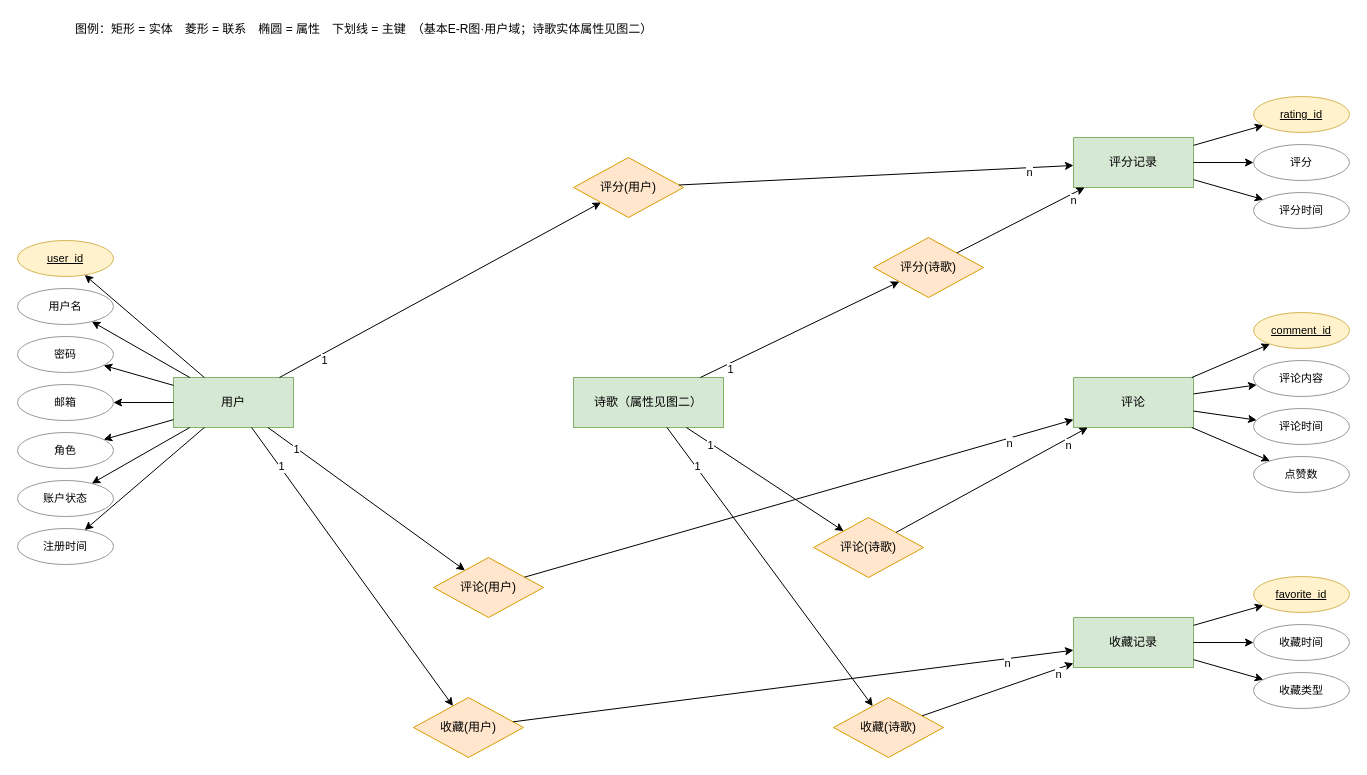
Earlier version of the draw.io diagram page "基本E-R图-用户域" (3 of 3) of docs/er/诗歌系统ER图.drawio (ocean-2514/database). Source tidied: cells renumbered, new cells numbered last; positions are measured from the earlier drawing's top-left corner, leaving out a move shared by most shapes. Both pictures are drawn from the tidied source at 100%, with x=0, y=0 at pixel (17, 17).
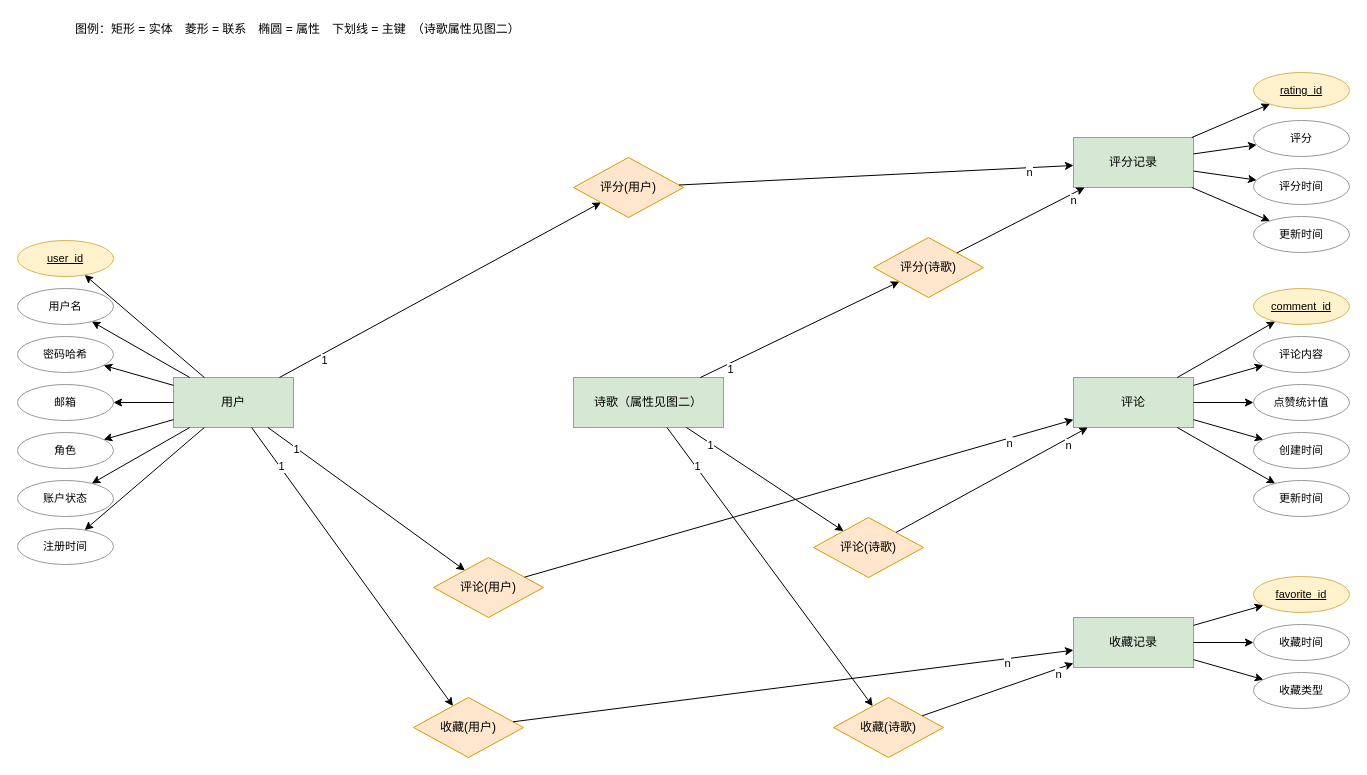
The same page after the edit.

Unchanged cells that the change refers to:
```xml
<mxCell id="18" value="评分记录" style="rounded=0;whiteSpace=wrap;html=1;fillColor=#d5e8d4;strokeColor=#82b366;" parent="1" vertex="1">
  <mxGeometry x="1056" y="120" width="120" height="50" as="geometry" />
</mxCell>
<mxCell id="25" value="评论" style="rounded=0;whiteSpace=wrap;html=1;fillColor=#d5e8d4;strokeColor=#82b366;" parent="1" vertex="1">
  <mxGeometry x="1056" y="360" width="120" height="50" as="geometry" />
</mxCell>
```

Diff of the diagram source:
```diff
@@
-    <mxCell id="7" value="密码" style="ellipse;whiteSpace=wrap;html=1;fillColor=#ffffff;strokeColor=#999999;fontSize=11;" parent="1" vertex="1">
+    <mxCell id="7" value="密码哈希" style="ellipse;whiteSpace=wrap;html=1;fillColor=#ffffff;strokeColor=#999999;fontSize=11;" parent="1" vertex="1">
       <mxGeometry y="319" width="96" height="36" as="geometry" />
     </mxCell>
@@
     <mxCell id="19" value="rating_id" style="ellipse;whiteSpace=wrap;html=1;fillColor=#fff2cc;strokeColor=#d6b656;fontStyle=4;fontSize=11;" parent="1" vertex="1">
-      <mxGeometry x="1236" y="79" width="96" height="36" as="geometry" />
+      <mxGeometry x="1236" y="55" width="96" height="36" as="geometry" />
     </mxCell>
@@
     <mxCell id="21" value="评分" style="ellipse;whiteSpace=wrap;html=1;fillColor=#ffffff;strokeColor=#999999;fontSize=11;" parent="1" vertex="1">
-      <mxGeometry x="1236" y="127" width="96" height="36" as="geometry" />
+      <mxGeometry x="1236" y="103" width="96" height="36" as="geometry" />
     </mxCell>
@@
     <mxCell id="23" value="评分时间" style="ellipse;whiteSpace=wrap;html=1;fillColor=#ffffff;strokeColor=#999999;fontSize=11;" parent="1" vertex="1">
-      <mxGeometry x="1236" y="175" width="96" height="36" as="geometry" />
+      <mxGeometry x="1236" y="151" width="96" height="36" as="geometry" />
     </mxCell>
@@
+    <mxCell id="72" value="更新时间" style="ellipse;whiteSpace=wrap;html=1;fillColor=#ffffff;strokeColor=#999999;fontSize=11;" parent="1" vertex="1">
+      <mxGeometry x="1236" y="199" width="96" height="36" as="geometry" />
+    </mxCell>
+    <mxCell id="73" style="edgeStyle=none;html=1;rounded=0;jettySize=auto;" parent="1" edge="1" source="18" target="72">
+      <mxGeometry relative="1" as="geometry" />
+    </mxCell>
@@
     <mxCell id="26" value="comment_id" style="ellipse;whiteSpace=wrap;html=1;fillColor=#fff2cc;strokeColor=#d6b656;fontStyle=4;fontSize=11;" parent="1" vertex="1">
-      <mxGeometry x="1236" y="295" width="96" height="36" as="geometry" />
+      <mxGeometry x="1236" y="271" width="96" height="36" as="geometry" />
     </mxCell>
@@
     <mxCell id="28" value="评论内容" style="ellipse;whiteSpace=wrap;html=1;fillColor=#ffffff;strokeColor=#999999;fontSize=11;" parent="1" vertex="1">
-      <mxGeometry x="1236" y="343" width="96" height="36" as="geometry" />
+      <mxGeometry x="1236" y="319" width="96" height="36" as="geometry" />
     </mxCell>
@@
-    <mxCell id="30" value="评论时间" style="ellipse;whiteSpace=wrap;html=1;fillColor=#ffffff;strokeColor=#999999;fontSize=11;" parent="1" vertex="1">
-      <mxGeometry x="1236" y="391" width="96" height="36" as="geometry" />
+    <mxCell id="30" value="点赞统计值" style="ellipse;whiteSpace=wrap;html=1;fillColor=#ffffff;strokeColor=#999999;fontSize=11;" parent="1" vertex="1">
+      <mxGeometry x="1236" y="367" width="96" height="36" as="geometry" />
     </mxCell>
@@
-    <mxCell id="32" value="点赞数" style="ellipse;whiteSpace=wrap;html=1;fillColor=#ffffff;strokeColor=#999999;fontSize=11;" parent="1" vertex="1">
-      <mxGeometry x="1236" y="439" width="96" height="36" as="geometry" />
+    <mxCell id="32" value="创建时间" style="ellipse;whiteSpace=wrap;html=1;fillColor=#ffffff;strokeColor=#999999;fontSize=11;" parent="1" vertex="1">
+      <mxGeometry x="1236" y="415" width="96" height="36" as="geometry" />
     </mxCell>
@@
+    <mxCell id="74" value="更新时间" style="ellipse;whiteSpace=wrap;html=1;fillColor=#ffffff;strokeColor=#999999;fontSize=11;" parent="1" vertex="1">
+      <mxGeometry x="1236" y="463" width="96" height="36" as="geometry" />
+    </mxCell>
+    <mxCell id="75" style="edgeStyle=none;html=1;rounded=0;jettySize=auto;" parent="1" edge="1" source="25" target="74">
+      <mxGeometry relative="1" as="geometry" />
+    </mxCell>
@@
-    <mxCell id="71" value="图例：矩形 = 实体　菱形 = 联系　椭圆 = 属性　下划线 = 主键　（基本E-R图·用户域；诗歌实体属性见图二）" style="text;html=1;strokeColor=none;fillColor=none;align=left;verticalAlign=middle;" parent="1" vertex="1">
+    <mxCell id="71" value="图例：矩形 = 实体　菱形 = 联系　椭圆 = 属性　下划线 = 主键　（诗歌属性见图二）" style="text;html=1;strokeColor=none;fillColor=none;align=left;verticalAlign=middle;" parent="1" vertex="1">
       <mxGeometry x="56" width="760" height="24" as="geometry" />
     </mxCell>
```
